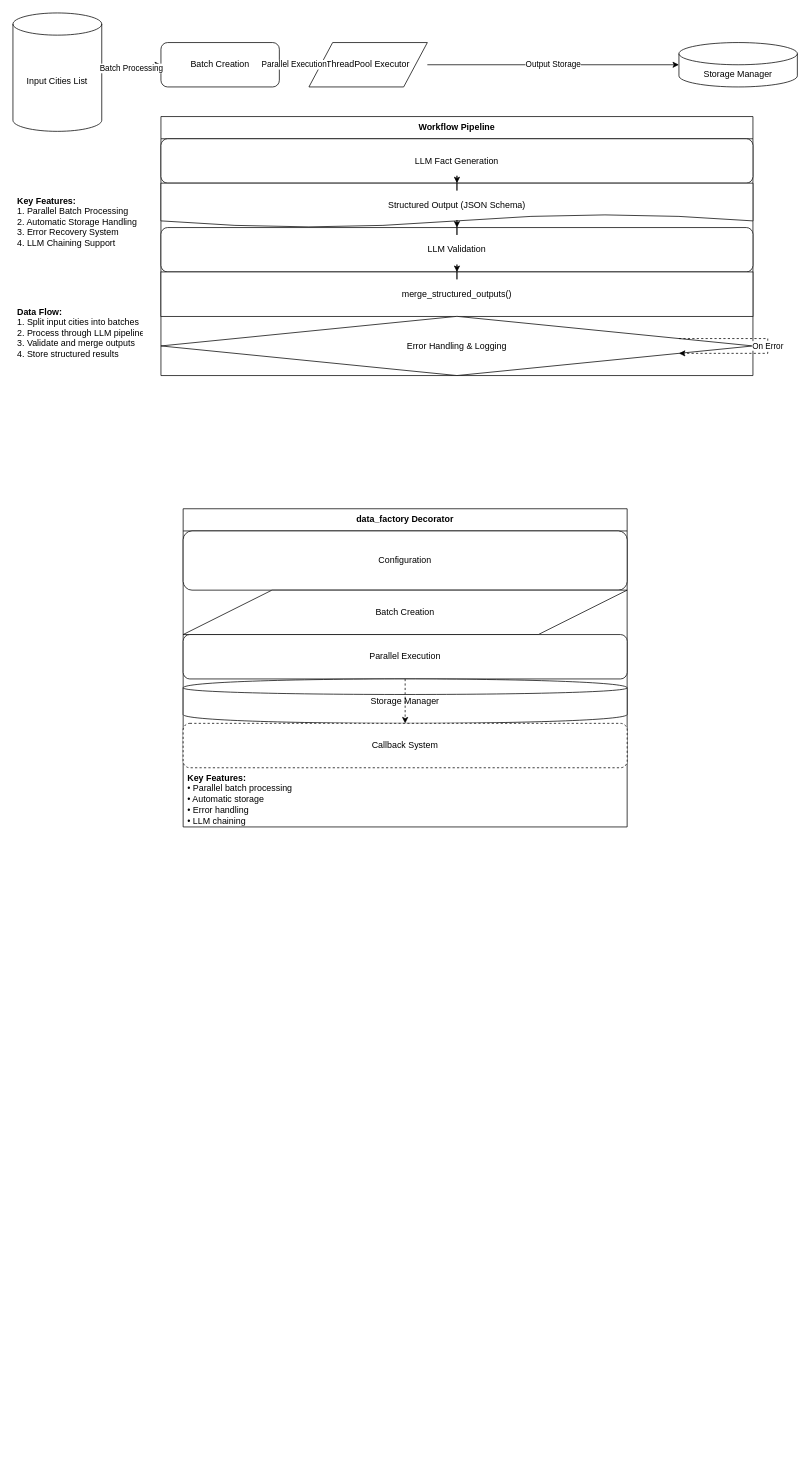
The draw.io diagram page "dataFactory_workflow" (1 of 9) of nyit/RApro/starfishAI/aacurtor.drawio in jjiang10-sv/nyitAge, before the edit. Source tidied: cells renumbered, new cells numbered last; positions are measured from the earlier drawing's top-left corner, leaving out a move shared by most shapes. Both pictures are drawn from the tidied source at 74%, with x=0, y=0 at pixel (13, 13).
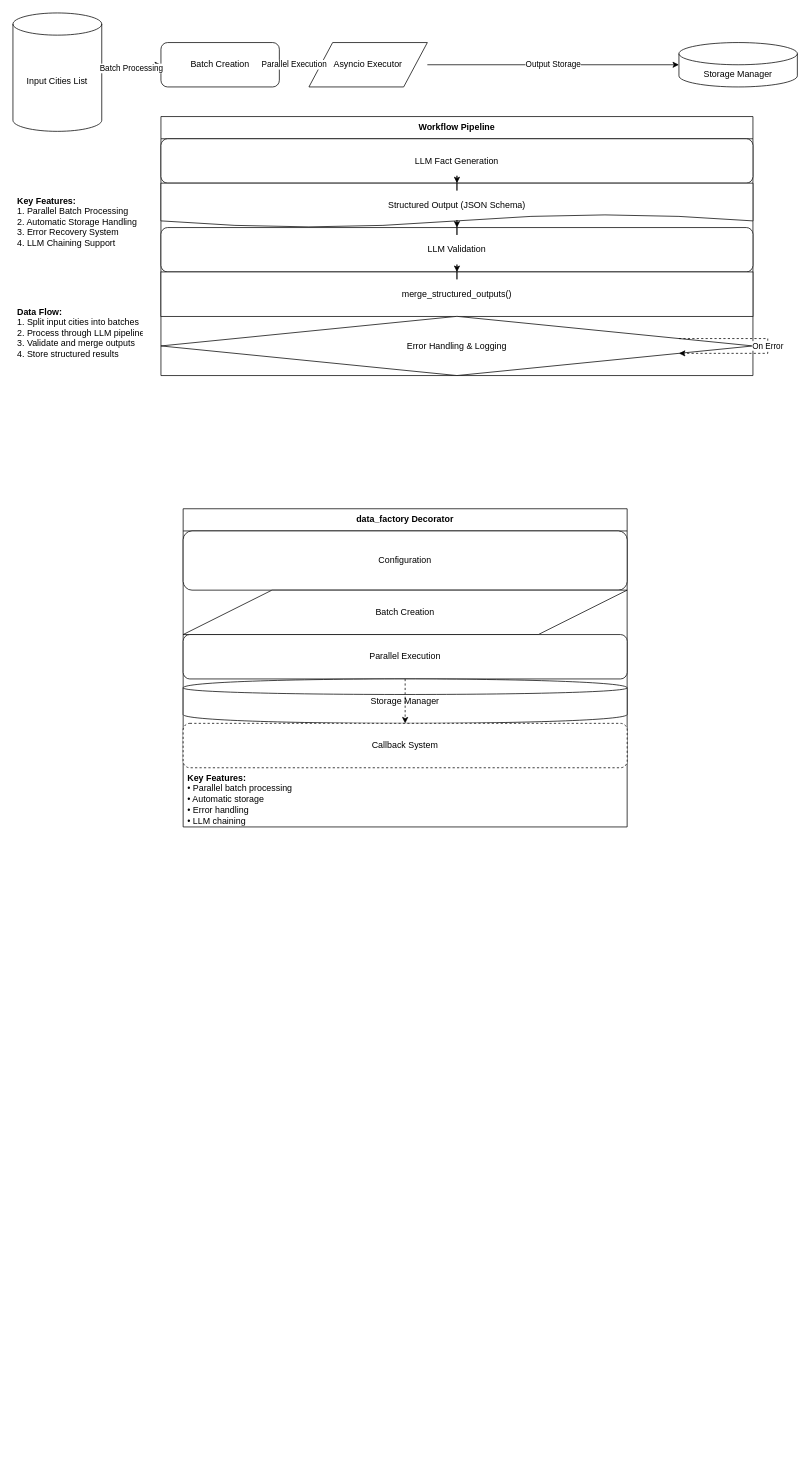
The same page after the edit.

Diff of the diagram source:
```diff
@@
-    <mxCell id="4" value="ThreadPool Executor" style="shape=parallelogram;whiteSpace=wrap;html=1;" parent="1" vertex="1">
+    <mxCell id="4" value="Asyncio Executor" style="shape=parallelogram;whiteSpace=wrap;html=1;" parent="1" vertex="1">
       <mxGeometry x="400" y="40" width="160" height="60" as="geometry" />
     </mxCell>
```
